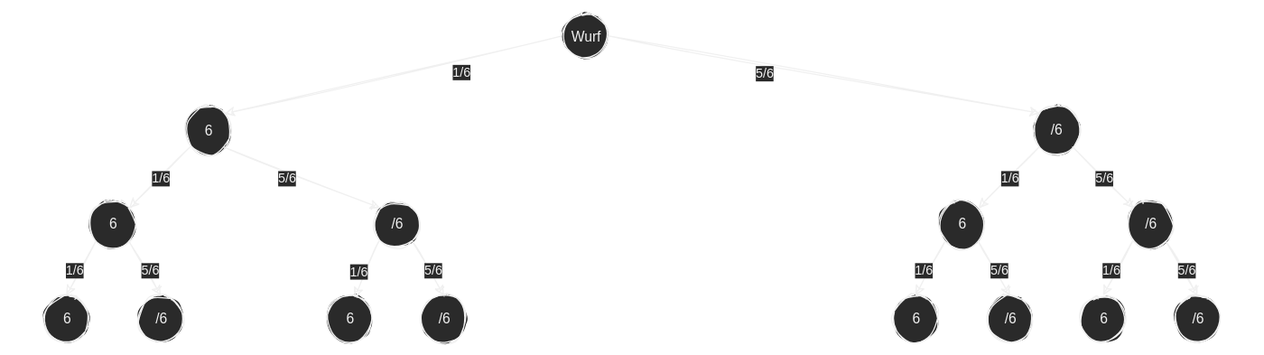
s-grundner/Elektronik keeps this draw.io diagram as mathe/mathe (5)/Untitled Diagram.svg. Above is the earlier version. Source tidied: cells renumbered, new cells last; positions are measured from the earlier drawing's top-left corner, leaving out a move shared by most shapes.
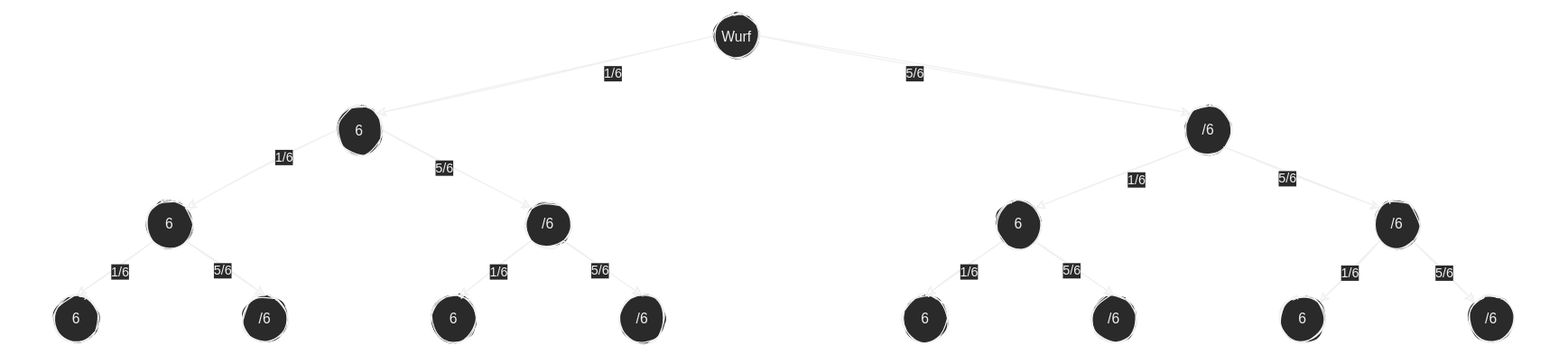
Above is the later version.

Commit message:
vault backup: 2022-11-22 11:09:57

Diff of the diagram source:
```diff
@@ -2,6 +2,12 @@
   <root>
     <mxCell id="0" />
     <mxCell id="1" parent="0" />
+    <mxCell id="45" style="edgeStyle=none;html=1;exitX=0;exitY=0.5;exitDx=0;exitDy=0;entryX=1;entryY=0;entryDx=0;entryDy=0;" parent="1" edge="1" source="2" target="9">
+      <mxGeometry relative="1" as="geometry" />
+    </mxCell>
+    <mxCell id="14" value="1/6" style="edgeLabel;html=1;align=center;verticalAlign=middle;" parent="45" vertex="1">
+      <mxGeometry x="-0.3" y="-1" relative="1" as="geometry" />
+    </mxCell>
     <mxCell id="2" value="6" style="ellipse;whiteSpace=wrap;html=1;" parent="1" vertex="1">
       <mxGeometry x="120" y="80" width="40" height="40" as="geometry" />
     </mxCell>
@@ -28,36 +34,24 @@
       <mxGeometry x="440" width="40" height="40" as="geometry" />
     </mxCell>
     <mxCell id="9" value="6" style="ellipse;whiteSpace=wrap;html=1;" parent="1" vertex="1">
-      <mxGeometry x="39" y="159.9" width="40" height="40" as="geometry" />
+      <mxGeometry x="-41" y="159.9" width="40" height="40" as="geometry" />
     </mxCell>
     <mxCell id="10" value="/6" style="ellipse;whiteSpace=wrap;html=1;" parent="1" vertex="1">
       <mxGeometry x="280" y="159.9" width="40" height="40" as="geometry" />
     </mxCell>
-    <mxCell id="11" style="edgeStyle=none;html=1;exitX=1;exitY=1;exitDx=0;exitDy=0;entryX=0;entryY=0;entryDx=0;entryDy=0;" parent="1" edge="1" target="10">
-      <mxGeometry relative="1" as="geometry">
-        <mxPoint x="153.1" y="114" as="sourcePoint" />
-      </mxGeometry>
+    <mxCell id="11" style="edgeStyle=none;html=1;exitX=1;exitY=0.5;exitDx=0;exitDy=0;entryX=0;entryY=0;entryDx=0;entryDy=0;" parent="1" edge="1" source="2" target="10">
+      <mxGeometry relative="1" as="geometry" />
     </mxCell>
     <mxCell id="12" value="5/6" style="edgeLabel;html=1;align=center;verticalAlign=middle;" parent="11" vertex="1">
       <mxGeometry x="-0.33" y="-1" relative="1" as="geometry">
         <mxPoint x="9" y="8" as="offset" />
       </mxGeometry>
     </mxCell>
-    <mxCell id="13" style="edgeStyle=none;html=1;exitX=0;exitY=1;exitDx=0;exitDy=0;entryX=1;entryY=0;entryDx=0;entryDy=0;" parent="1" edge="1" target="9">
-      <mxGeometry relative="1" as="geometry">
-        <mxPoint x="124.9" y="114" as="sourcePoint" />
-      </mxGeometry>
-    </mxCell>
-    <mxCell id="14" value="1/6" style="edgeLabel;html=1;align=center;verticalAlign=middle;" parent="13" vertex="1">
-      <mxGeometry x="-0.49" y="2" relative="1" as="geometry">
-        <mxPoint x="-14" y="12" as="offset" />
-      </mxGeometry>
-    </mxCell>
     <mxCell id="15" value="6" style="ellipse;whiteSpace=wrap;html=1;" parent="1" vertex="1">
-      <mxGeometry x="240" y="239.9" width="40" height="40" as="geometry" />
+      <mxGeometry x="200" y="239.9" width="40" height="40" as="geometry" />
     </mxCell>
     <mxCell id="16" value="/6" style="ellipse;whiteSpace=wrap;html=1;" parent="1" vertex="1">
-      <mxGeometry x="320" y="239.9" width="40" height="40" as="geometry" />
+      <mxGeometry x="360" y="239.9" width="40" height="40" as="geometry" />
     </mxCell>
     <mxCell id="17" style="edgeStyle=none;html=1;exitX=1;exitY=1;exitDx=0;exitDy=0;entryX=0.5;entryY=0;entryDx=0;entryDy=0;" parent="1" edge="1" target="16">
       <mxGeometry relative="1" as="geometry">
@@ -80,15 +74,14 @@
       </mxGeometry>
     </mxCell>
     <mxCell id="21" value="6" style="ellipse;whiteSpace=wrap;html=1;" parent="1" vertex="1">
-      <mxGeometry y="239.9" width="40" height="40" as="geometry" />
+      <mxGeometry x="-120" y="239.9" width="40" height="40" as="geometry" />
     </mxCell>
     <mxCell id="22" value="/6" style="ellipse;whiteSpace=wrap;html=1;" parent="1" vertex="1">
-      <mxGeometry x="80" y="239.9" width="40" height="40" as="geometry" />
+      <mxGeometry x="40" y="239.9" width="40" height="40" as="geometry" />
     </mxCell>
-    <mxCell id="23" style="edgeStyle=none;html=1;exitX=1;exitY=1;exitDx=0;exitDy=0;" parent="1" edge="1">
+    <mxCell id="23" style="edgeStyle=none;html=1;exitX=1;exitY=1;exitDx=0;exitDy=0;entryX=0.5;entryY=0;entryDx=0;entryDy=0;" parent="1" edge="1" target="22">
       <mxGeometry relative="1" as="geometry">
-        <mxPoint x="73.1" y="194" as="sourcePoint" />
-        <mxPoint x="100" y="240" as="targetPoint" />
+        <mxPoint x="-6.9" y="194" as="sourcePoint" />
       </mxGeometry>
     </mxCell>
     <mxCell id="24" value="5/6" style="edgeLabel;html=1;align=center;verticalAlign=middle;" parent="23" vertex="1">
@@ -98,7 +91,7 @@
     </mxCell>
     <mxCell id="25" style="edgeStyle=none;html=1;exitX=0;exitY=1;exitDx=0;exitDy=0;entryX=0.5;entryY=0;entryDx=0;entryDy=0;" parent="1" edge="1" target="21">
       <mxGeometry relative="1" as="geometry">
-        <mxPoint x="44.9" y="194" as="sourcePoint" />
+        <mxPoint x="-35.1" y="194" as="sourcePoint" />
       </mxGeometry>
     </mxCell>
     <mxCell id="26" value="1/6" style="edgeLabel;html=1;align=center;verticalAlign=middle;" parent="25" vertex="1">
@@ -107,10 +100,10 @@
       </mxGeometry>
     </mxCell>
     <mxCell id="27" value="6" style="ellipse;whiteSpace=wrap;html=1;" parent="1" vertex="1">
-      <mxGeometry x="759" y="159.9" width="40" height="40" as="geometry" />
+      <mxGeometry x="679" y="159.9" width="40" height="40" as="geometry" />
     </mxCell>
     <mxCell id="28" value="/6" style="ellipse;whiteSpace=wrap;html=1;" parent="1" vertex="1">
-      <mxGeometry x="919" y="159.9" width="40" height="40" as="geometry" />
+      <mxGeometry x="1000" y="159.9" width="40" height="40" as="geometry" />
     </mxCell>
     <mxCell id="29" style="edgeStyle=none;html=1;exitX=1;exitY=1;exitDx=0;exitDy=0;entryX=0;entryY=0;entryDx=0;entryDy=0;" parent="1" edge="1" target="28">
       <mxGeometry relative="1" as="geometry">
@@ -133,15 +126,14 @@
       </mxGeometry>
     </mxCell>
     <mxCell id="33" value="6" style="ellipse;whiteSpace=wrap;html=1;" parent="1" vertex="1">
-      <mxGeometry x="879" y="239.9" width="40" height="40" as="geometry" />
+      <mxGeometry x="920" y="239.9" width="40" height="40" as="geometry" />
     </mxCell>
     <mxCell id="34" value="/6" style="ellipse;whiteSpace=wrap;html=1;" parent="1" vertex="1">
-      <mxGeometry x="959" y="239.9" width="40" height="40" as="geometry" />
+      <mxGeometry x="1080" y="239.9" width="40" height="40" as="geometry" />
     </mxCell>
-    <mxCell id="35" style="edgeStyle=none;html=1;exitX=1;exitY=1;exitDx=0;exitDy=0;" parent="1" edge="1">
+    <mxCell id="35" style="edgeStyle=none;html=1;exitX=1;exitY=1;exitDx=0;exitDy=0;entryX=0;entryY=0;entryDx=0;entryDy=0;" parent="1" edge="1" target="34">
       <mxGeometry relative="1" as="geometry">
-        <mxPoint x="952.1" y="194" as="sourcePoint" />
-        <mxPoint x="979" y="240" as="targetPoint" />
+        <mxPoint x="1033.1" y="194" as="sourcePoint" />
       </mxGeometry>
     </mxCell>
     <mxCell id="36" value="5/6" style="edgeLabel;html=1;align=center;verticalAlign=middle;" parent="35" vertex="1">
@@ -149,9 +141,9 @@
         <mxPoint x="9" y="8" as="offset" />
       </mxGeometry>
     </mxCell>
-    <mxCell id="37" style="edgeStyle=none;html=1;exitX=0;exitY=1;exitDx=0;exitDy=0;entryX=0.5;entryY=0;entryDx=0;entryDy=0;" parent="1" edge="1" target="33">
+    <mxCell id="37" style="edgeStyle=none;html=1;exitX=0;exitY=1;exitDx=0;exitDy=0;entryX=1;entryY=0;entryDx=0;entryDy=0;" parent="1" edge="1" target="33">
       <mxGeometry relative="1" as="geometry">
-        <mxPoint x="923.9" y="194" as="sourcePoint" />
+        <mxPoint x="1004.9" y="194" as="sourcePoint" />
       </mxGeometry>
     </mxCell>
     <mxCell id="38" value="1/6" style="edgeLabel;html=1;align=center;verticalAlign=middle;" parent="37" vertex="1">
@@ -160,15 +152,14 @@
       </mxGeometry>
     </mxCell>
     <mxCell id="39" value="6" style="ellipse;whiteSpace=wrap;html=1;" parent="1" vertex="1">
-      <mxGeometry x="720" y="239.9" width="40" height="40" as="geometry" />
+      <mxGeometry x="600" y="239.9" width="40" height="40" as="geometry" />
     </mxCell>
     <mxCell id="40" value="/6" style="ellipse;whiteSpace=wrap;html=1;" parent="1" vertex="1">
-      <mxGeometry x="800" y="239.9" width="40" height="40" as="geometry" />
+      <mxGeometry x="760" y="239.9" width="40" height="40" as="geometry" />
     </mxCell>
-    <mxCell id="41" style="edgeStyle=none;html=1;exitX=1;exitY=1;exitDx=0;exitDy=0;" parent="1" edge="1">
+    <mxCell id="41" style="edgeStyle=none;html=1;exitX=1;exitY=1;exitDx=0;exitDy=0;entryX=0.5;entryY=0;entryDx=0;entryDy=0;" parent="1" edge="1" target="40">
       <mxGeometry relative="1" as="geometry">
-        <mxPoint x="793.1" y="194" as="sourcePoint" />
-        <mxPoint x="820" y="240" as="targetPoint" />
+        <mxPoint x="713.1" y="194" as="sourcePoint" />
       </mxGeometry>
     </mxCell>
     <mxCell id="42" value="5/6" style="edgeLabel;html=1;align=center;verticalAlign=middle;" parent="41" vertex="1">
@@ -178,7 +169,7 @@
     </mxCell>
     <mxCell id="43" style="edgeStyle=none;html=1;exitX=0;exitY=1;exitDx=0;exitDy=0;entryX=0.5;entryY=0;entryDx=0;entryDy=0;" parent="1" edge="1" target="39">
       <mxGeometry relative="1" as="geometry">
-        <mxPoint x="764.9" y="194" as="sourcePoint" />
+        <mxPoint x="684.9" y="194" as="sourcePoint" />
       </mxGeometry>
     </mxCell>
     <mxCell id="44" value="1/6" style="edgeLabel;html=1;align=center;verticalAlign=middle;" parent="43" vertex="1">
```
